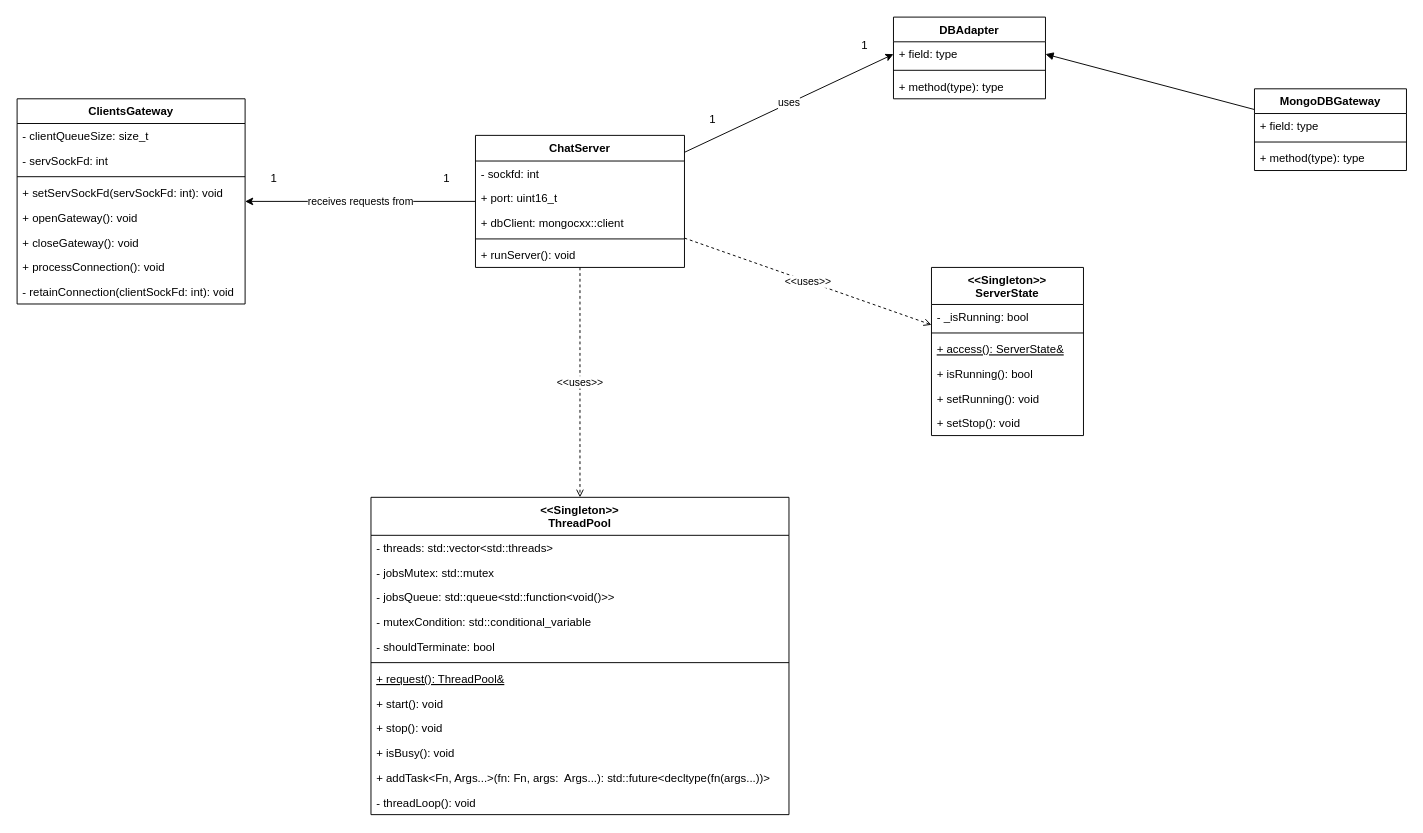
Above: docs/static.drawio in dohuyminh/chatroom-server (draw.io), before the change. Source tidied: cells renumbered, new cells numbered last; positions are measured from the earlier drawing's top-left corner, leaving out a move shared by most shapes. Both pictures are drawn from the tidied source at 95%, with x=0, y=0 at pixel (17, 16).
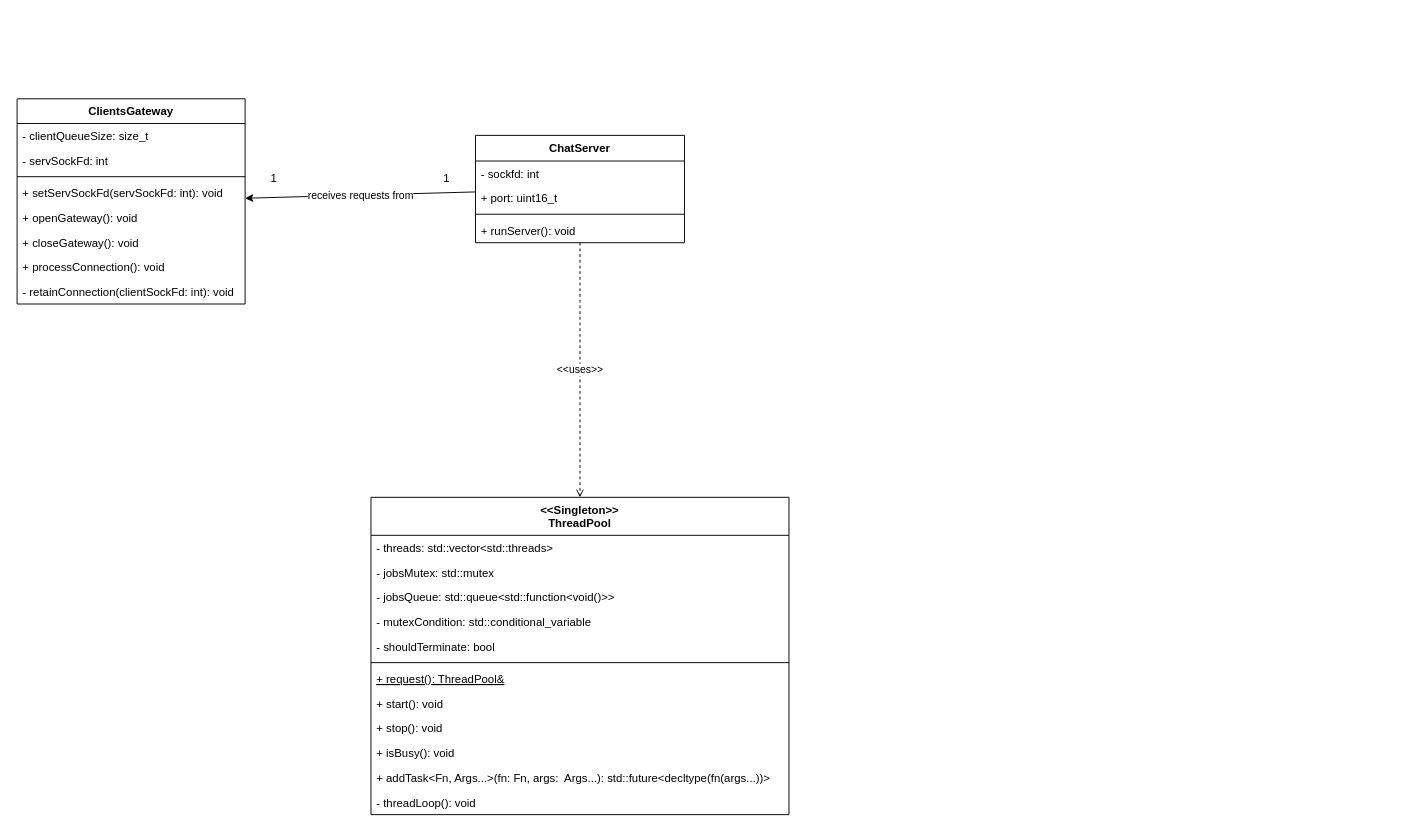
The same diagram, later.

Change to the diagram source:
```diff
@@
-    <mxCell id="3" value="&amp;lt;&amp;lt;uses&amp;gt;&amp;gt;" style="edgeStyle=none;html=1;dashed=1;endArrow=open;endFill=0;" parent="1" edge="1" source="6" target="35">
-      <mxGeometry relative="1" as="geometry" />
-    </mxCell>
@@
-    <mxCell id="5" value="uses" style="edgeStyle=none;html=1;entryX=0;entryY=0.5;entryDx=0;entryDy=0;" parent="1" edge="1" source="6" target="45">
-      <mxGeometry relative="1" as="geometry" />
-    </mxCell>
     <mxCell id="6" value="ChatServer" style="swimlane;fontStyle=1;align=center;verticalAlign=top;horizontal=1;startSize=27;" parent="1" vertex="1">
-      <mxGeometry x="482" y="125" width="220" height="139" as="geometry" />
+      <mxGeometry x="482" y="125" width="220" height="113" as="geometry" />
     </mxCell>
@@
-    <mxCell id="9" value="+ dbClient: mongocxx::client" style="text;strokeColor=none;fillColor=none;align=left;verticalAlign=top;spacingLeft=4;spacingRight=4;overflow=hidden;" parent="6" vertex="1">
-      <mxGeometry y="79" width="220" height="26" as="geometry" />
-    </mxCell>
     <mxCell id="10" style="line;strokeWidth=1;fillColor=none;align=left;verticalAlign=middle;spacingTop=-1;spacingLeft=3;spacingRight=3;labelPosition=right;strokeColor=inherit;" parent="6" vertex="1">
-      <mxGeometry y="105" width="220" height="8" as="geometry" />
+      <mxGeometry y="79" width="220" height="8" as="geometry" />
     </mxCell>
     <mxCell id="11" value="+ runServer(): void" style="text;strokeColor=none;fillColor=none;align=left;verticalAlign=top;spacingLeft=4;spacingRight=4;overflow=hidden;" parent="6" vertex="1">
-      <mxGeometry y="113" width="220" height="26" as="geometry" />
+      <mxGeometry y="87" width="220" height="26" as="geometry" />
     </mxCell>
@@
-    <mxCell id="35" value="&lt;&lt;Singleton&gt;&gt;&#10;ServerState" style="swimlane;fontStyle=1;align=center;verticalAlign=top;horizontal=1;startSize=39;" parent="1" vertex="1">
-      <mxGeometry x="962" y="264" width="160" height="177" as="geometry" />
-    </mxCell>
-    <mxCell id="36" value="- _isRunning: bool" style="text;strokeColor=none;fillColor=none;align=left;verticalAlign=top;spacingLeft=4;spacingRight=4;overflow=hidden;" parent="35" vertex="1">
-      <mxGeometry y="39" width="160" height="26" as="geometry" />
-    </mxCell>
-    <mxCell id="37" style="line;strokeWidth=1;fillColor=none;align=left;verticalAlign=middle;spacingTop=-1;spacingLeft=3;spacingRight=3;labelPosition=right;strokeColor=inherit;" parent="35" vertex="1">
-      <mxGeometry y="65" width="160" height="8" as="geometry" />
-    </mxCell>
-    <mxCell id="38" value="+ access(): ServerState&amp;" style="text;strokeColor=none;fillColor=none;align=left;verticalAlign=top;spacingLeft=4;spacingRight=4;overflow=hidden;fontStyle=4;" parent="35" vertex="1">
-      <mxGeometry y="73" width="160" height="26" as="geometry" />
-    </mxCell>
-    <mxCell id="39" value="+ isRunning(): bool" style="text;strokeColor=none;fillColor=none;align=left;verticalAlign=top;spacingLeft=4;spacingRight=4;overflow=hidden;" parent="35" vertex="1">
-      <mxGeometry y="99" width="160" height="26" as="geometry" />
-    </mxCell>
-    <mxCell id="40" value="+ setRunning(): void" style="text;strokeColor=none;fillColor=none;align=left;verticalAlign=top;spacingLeft=4;spacingRight=4;overflow=hidden;" parent="35" vertex="1">
-      <mxGeometry y="125" width="160" height="26" as="geometry" />
-    </mxCell>
-    <mxCell id="41" value="+ setStop(): void" style="text;strokeColor=none;fillColor=none;align=left;verticalAlign=top;spacingLeft=4;spacingRight=4;overflow=hidden;" parent="35" vertex="1">
-      <mxGeometry y="151" width="160" height="26" as="geometry" />
-    </mxCell>
@@
-    <mxCell id="44" value="DBAdapter" style="swimlane;fontStyle=1;align=center;verticalAlign=top;horizontal=1;startSize=26;" parent="1" vertex="1">
-      <mxGeometry x="922" y="0.5" width="160" height="86" as="geometry" />
-    </mxCell>
-    <mxCell id="45" value="+ field: type" style="text;strokeColor=none;fillColor=none;align=left;verticalAlign=top;spacingLeft=4;spacingRight=4;overflow=hidden;points=[[0,0.5],[1,0.5]];portConstraint=eastwest;" parent="44" vertex="1">
-      <mxGeometry y="26" width="160" height="26" as="geometry" />
-    </mxCell>
-    <mxCell id="46" style="line;strokeWidth=1;fillColor=none;align=left;verticalAlign=middle;spacingTop=-1;spacingLeft=3;spacingRight=3;labelPosition=right;strokeColor=inherit;" parent="44" vertex="1">
-      <mxGeometry y="52" width="160" height="8" as="geometry" />
-    </mxCell>
-    <mxCell id="47" value="+ method(type): type" style="text;strokeColor=none;fillColor=none;align=left;verticalAlign=top;spacingLeft=4;spacingRight=4;overflow=hidden;" parent="44" vertex="1">
-      <mxGeometry y="60" width="160" height="26" as="geometry" />
-    </mxCell>
-    <mxCell id="48" style="edgeStyle=none;html=1;entryX=1;entryY=0.5;entryDx=0;entryDy=0;endArrow=block;endFill=1;" parent="1" edge="1" source="49" target="45">
-      <mxGeometry relative="1" as="geometry" />
-    </mxCell>
-    <mxCell id="49" value="MongoDBGateway" style="swimlane;fontStyle=1;align=center;verticalAlign=top;horizontal=1;startSize=26;" parent="1" vertex="1">
-      <mxGeometry x="1302" y="76" width="160" height="86" as="geometry" />
-    </mxCell>
-    <mxCell id="50" value="+ field: type" style="text;strokeColor=none;fillColor=none;align=left;verticalAlign=top;spacingLeft=4;spacingRight=4;overflow=hidden;" parent="49" vertex="1">
-      <mxGeometry y="26" width="160" height="26" as="geometry" />
-    </mxCell>
-    <mxCell id="51" style="line;strokeWidth=1;fillColor=none;align=left;verticalAlign=middle;spacingTop=-1;spacingLeft=3;spacingRight=3;labelPosition=right;strokeColor=inherit;" parent="49" vertex="1">
-      <mxGeometry y="52" width="160" height="8" as="geometry" />
-    </mxCell>
-    <mxCell id="52" value="+ method(type): type" style="text;strokeColor=none;fillColor=none;align=left;verticalAlign=top;spacingLeft=4;spacingRight=4;overflow=hidden;" parent="49" vertex="1">
-      <mxGeometry y="60" width="160" height="26" as="geometry" />
-    </mxCell>
-    <mxCell id="53" value="1" style="text;html=1;strokeColor=none;fillColor=none;align=center;verticalAlign=middle;whiteSpace=wrap;rounded=0;" parent="1" vertex="1">
-      <mxGeometry x="702" y="94" width="60" height="30" as="geometry" />
-    </mxCell>
-    <mxCell id="54" value="1" style="text;html=1;strokeColor=none;fillColor=none;align=center;verticalAlign=middle;whiteSpace=wrap;rounded=0;" parent="1" vertex="1">
-      <mxGeometry x="862" y="16" width="60" height="30" as="geometry" />
-    </mxCell>
```
